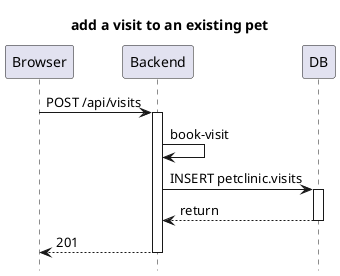
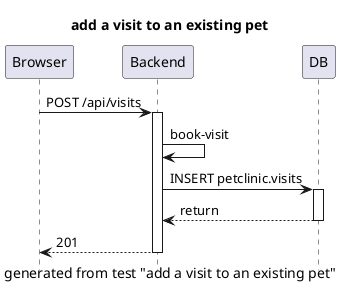
@startuml
hide footbox
title add a visit to an existing pet
+ caption generated from test "add a visit to an existing pet"
participant Browser
participant Backend
participant DB
Browser -> Backend: POST /api/visits
activate Backend
Backend -> Backend: book-visit
Backend -> DB: INSERT petclinic.visits
activate DB
DB --> Backend: return
deactivate DB
Backend --> Browser: 201
deactivate Backend
@enduml
